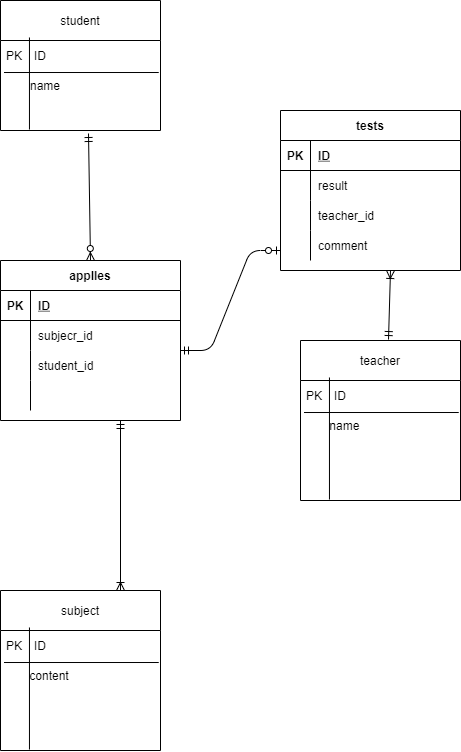
Earlier version of the draw.io export index2.drawio.png (azuma2/ER). Source tidied: cells renumbered, new cells last; positions are measured from the earlier drawing's top-left corner, leaving out a move shared by most shapes.
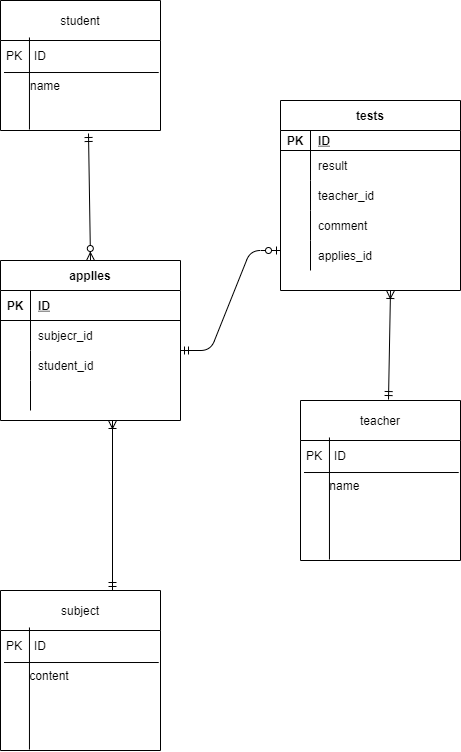
After the commit.

The edit, as a diff of the source:
```diff
@@ -42,7 +42,7 @@
       <mxGeometry relative="1" as="geometry" />
     </mxCell>
     <mxCell id="15" value="teacher" style="swimlane;fontStyle=0;horizontal=1;startSize=40;" parent="1" vertex="1">
-      <mxGeometry x="300" y="340" width="160" height="160" as="geometry" />
+      <mxGeometry x="300" y="400" width="160" height="160" as="geometry" />
     </mxCell>
     <mxCell id="16" value="PK　ID" style="text;strokeColor=none;fillColor=none;align=left;verticalAlign=middle;spacingLeft=4;spacingRight=4;overflow=hidden;points=[[0,0.5],[1,0.5]];portConstraint=eastwest;" parent="15" vertex="1">
       <mxGeometry y="40" width="160" height="30" as="geometry" />
@@ -102,19 +102,19 @@
       <mxGeometry x="30" width="150" height="30" as="geometry" />
     </mxCell>
     <mxCell id="35" value="tests" style="shape=table;startSize=30;rowLines=0;fontStyle=1;align=center;" parent="1" vertex="1">
-      <mxGeometry x="280" y="110" width="180" height="160" as="geometry" />
+      <mxGeometry x="280" y="100" width="180" height="190" as="geometry" />
     </mxCell>
     <mxCell id="36" style="shape=partialRectangle;fillColor=none;top=0;left=0;bottom=1;right=0;" parent="35" vertex="1">
-      <mxGeometry y="30" width="180" height="30" as="geometry" />
+      <mxGeometry y="30" width="180" height="20" as="geometry" />
     </mxCell>
     <mxCell id="37" value="PK" style="shape=partialRectangle;fillColor=none;top=0;left=0;bottom=0;right=0;fontStyle=1;overflow=hidden;" parent="36" vertex="1">
-      <mxGeometry width="30" height="30" as="geometry" />
+      <mxGeometry width="30" height="20" as="geometry" />
     </mxCell>
     <mxCell id="38" value="ID" style="shape=partialRectangle;fillColor=none;top=0;left=0;bottom=0;right=0;align=left;spacingLeft=6;fontStyle=5;overflow=hidden;" parent="36" vertex="1">
-      <mxGeometry x="30" width="150" height="30" as="geometry" />
+      <mxGeometry x="30" width="150" height="20" as="geometry" />
     </mxCell>
     <mxCell id="39" style="shape=partialRectangle;fillColor=none;top=0;left=0;bottom=0;right=0;" parent="35" vertex="1">
-      <mxGeometry y="60" width="180" height="30" as="geometry" />
+      <mxGeometry y="50" width="180" height="30" as="geometry" />
     </mxCell>
     <mxCell id="40" style="shape=partialRectangle;fillColor=none;top=0;left=0;bottom=0;right=0;overflow=hidden;" parent="39" vertex="1">
       <mxGeometry width="30" height="30" as="geometry" />
@@ -123,7 +123,7 @@
       <mxGeometry x="30" width="150" height="30" as="geometry" />
     </mxCell>
     <mxCell id="42" style="shape=partialRectangle;fillColor=none;top=0;left=0;bottom=0;right=0;" parent="35" vertex="1">
-      <mxGeometry y="90" width="180" height="30" as="geometry" />
+      <mxGeometry y="80" width="180" height="30" as="geometry" />
     </mxCell>
     <mxCell id="43" style="shape=partialRectangle;fillColor=none;top=0;left=0;bottom=0;right=0;overflow=hidden;" parent="42" vertex="1">
       <mxGeometry width="30" height="30" as="geometry" />
@@ -132,7 +132,7 @@
       <mxGeometry x="30" width="150" height="30" as="geometry" />
     </mxCell>
     <mxCell id="45" style="shape=partialRectangle;fillColor=none;top=0;left=0;bottom=0;right=0;" parent="35" vertex="1">
-      <mxGeometry y="120" width="180" height="30" as="geometry" />
+      <mxGeometry y="110" width="180" height="30" as="geometry" />
     </mxCell>
     <mxCell id="46" style="shape=partialRectangle;fillColor=none;top=0;left=0;bottom=0;right=0;overflow=hidden;" parent="45" vertex="1">
       <mxGeometry width="30" height="30" as="geometry" />
@@ -140,17 +140,27 @@
     <mxCell id="47" value="comment" style="shape=partialRectangle;fillColor=none;top=0;left=0;bottom=0;right=0;align=left;spacingLeft=6;overflow=hidden;" parent="45" vertex="1">
       <mxGeometry x="30" width="150" height="30" as="geometry" />
     </mxCell>
+    <mxCell id="52" style="shape=partialRectangle;fillColor=none;top=0;left=0;bottom=0;right=0;" parent="35" vertex="1">
+      <mxGeometry y="140" width="180" height="30" as="geometry" />
+    </mxCell>
+    <mxCell id="53" style="shape=partialRectangle;fillColor=none;top=0;left=0;bottom=0;right=0;overflow=hidden;" parent="52" vertex="1">
+      <mxGeometry width="30" height="30" as="geometry" />
+    </mxCell>
+    <mxCell id="54" value="applies_id" style="shape=partialRectangle;fillColor=none;top=0;left=0;bottom=0;right=0;align=left;spacingLeft=6;overflow=hidden;" parent="52" vertex="1">
+      <mxGeometry x="30" width="150" height="30" as="geometry" />
+    </mxCell>
     <mxCell id="48" style="fontSize=12;html=1;endArrow=ERzeroToMany;startArrow=ERmandOne;exitX=0.55;exitY=1.1;exitDx=0;exitDy=0;exitPerimeter=0;entryX=0.5;entryY=0;entryDx=0;entryDy=0;" parent="1" edge="1" source="5" target="22">
       <mxGeometry relative="1" as="geometry" />
     </mxCell>
     <mxCell id="49" style="fontSize=12;html=1;endArrow=ERoneToMany;startArrow=ERmandOne;exitX=0.55;exitY=-0.006;exitDx=0;exitDy=0;exitPerimeter=0;" parent="1" edge="1" source="15">
       <mxGeometry relative="1" as="geometry">
-        <mxPoint x="390" y="270" as="targetPoint" />
+        <mxPoint x="390" y="290" as="targetPoint" />
       </mxGeometry>
     </mxCell>
-    <mxCell id="50" style="fontSize=12;html=1;endArrow=ERoneToMany;startArrow=ERmandOne;entryX=0.75;entryY=0;entryDx=0;entryDy=0;" parent="1" edge="1" target="8">
+    <mxCell id="50" style="fontSize=12;html=1;endArrow=ERoneToMany;startArrow=ERmandOne;" parent="1" edge="1">
       <mxGeometry relative="1" as="geometry">
-        <mxPoint x="120" y="420" as="sourcePoint" />
+        <mxPoint x="112" y="590" as="sourcePoint" />
+        <mxPoint x="112" y="420" as="targetPoint" />
       </mxGeometry>
     </mxCell>
     <mxCell id="51" style="edgeStyle=entityRelationEdgeStyle;fontSize=12;html=1;endArrow=ERzeroToOne;startArrow=ERmandOne;" parent="1" edge="1">
```
